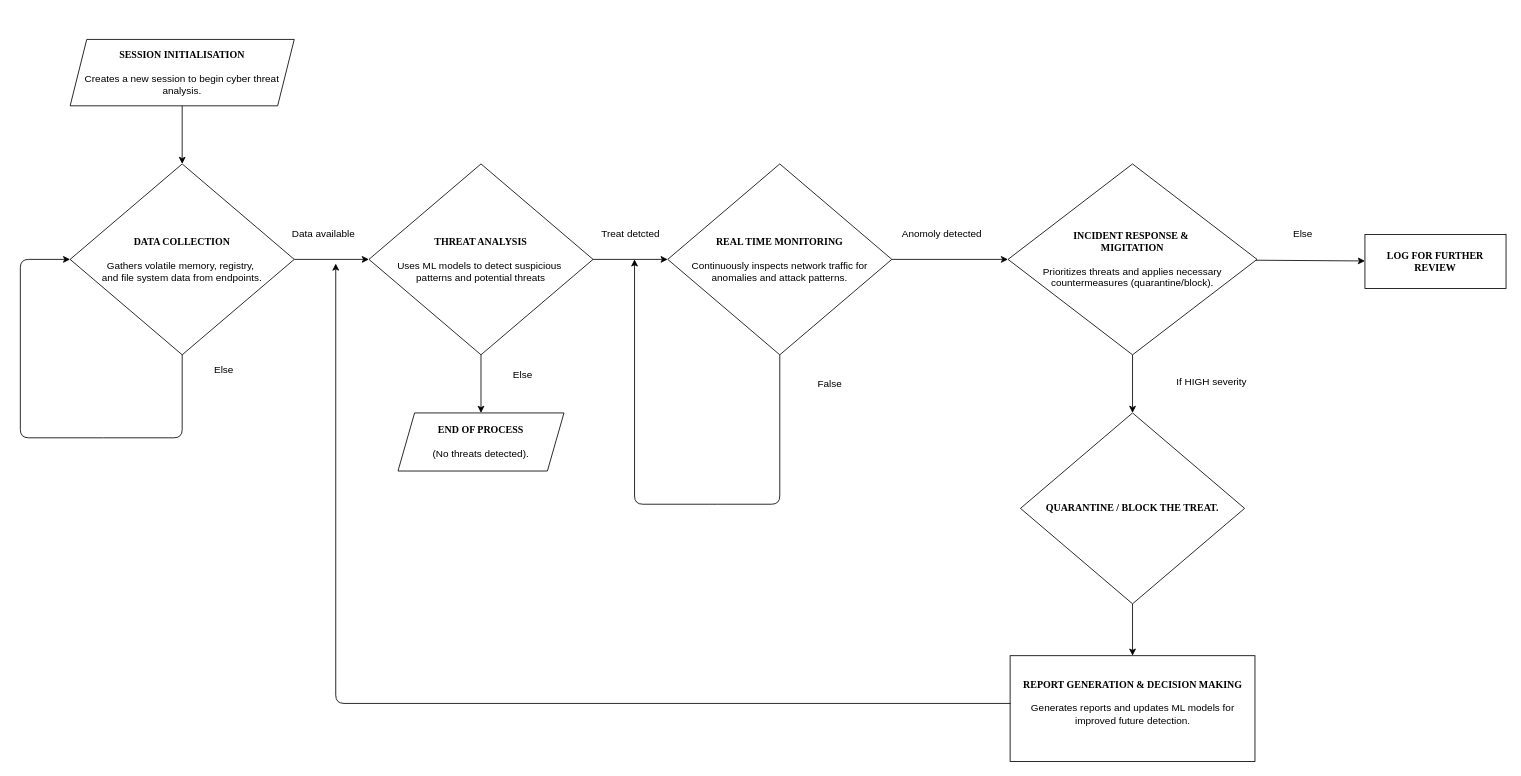
Earlier version of the draw.io diagram flochar.drawio (kishan0818/CyberTriage). Source tidied: cells renumbered, new cells numbered last; positions are measured from the earlier drawing's top-left corner, leaving out a move shared by most shapes. Both pictures are drawn from the tidied source at 83%, with x=0, y=0 at pixel (20, 39).
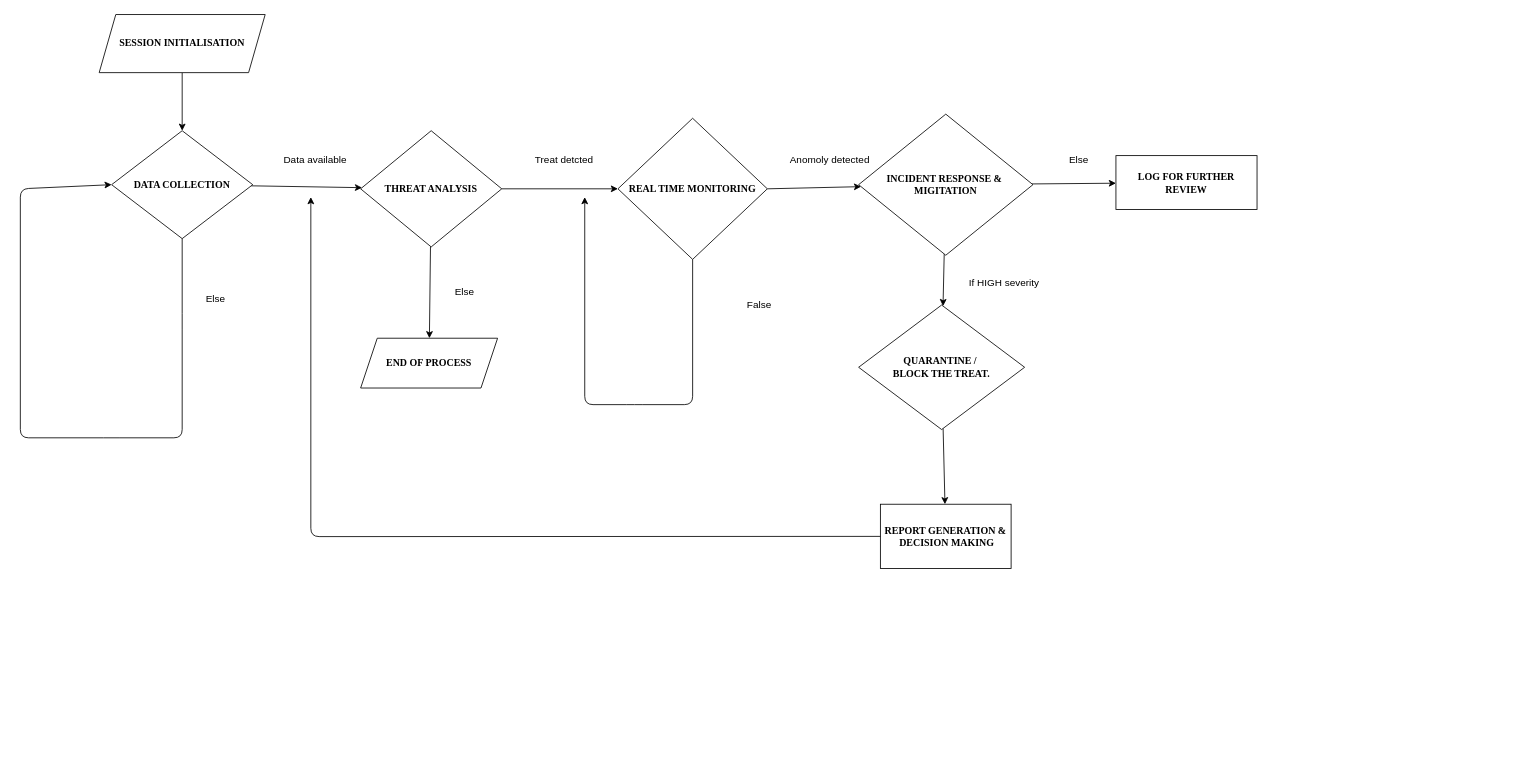
Above is the later version.

Diff of the diagram source:
```diff
@@
-    <mxCell id="2" style="edgeStyle=none;html=1;" parent="1" edge="1" source="3" target="6">
+    <mxCell id="2" style="edgeStyle=none;html=1;exitX=0.5;exitY=1;exitDx=0;exitDy=0;" parent="1" edge="1" source="31" target="6">
       <mxGeometry relative="1" as="geometry" />
     </mxCell>
-    <mxCell id="3" value="&lt;div&gt;&lt;b&gt;&lt;font face=&quot;Times New Roman&quot;&gt;SESSION INITIALISATION&lt;/font&gt;&lt;/b&gt;&lt;/div&gt;&lt;div&gt;&lt;span style=&quot;background-color: transparent;&quot;&gt;&lt;br&gt;&lt;/span&gt;&lt;/div&gt;&lt;div&gt;&lt;span style=&quot;background-color: transparent;&quot;&gt;Creates a new session to begin cyber threat analysis.&lt;/span&gt;&lt;/div&gt;" style="shape=parallelogram;perimeter=parallelogramPerimeter;whiteSpace=wrap;html=1;fixedSize=1;align=center;" parent="1" vertex="1">
-      <mxGeometry x="60" width="270" height="80" as="geometry" />
-    </mxCell>
-    <mxCell id="4" style="edgeStyle=none;html=1;" parent="1" edge="1">
-      <mxGeometry relative="1" as="geometry">
-        <mxPoint x="195" y="240" as="sourcePoint" />
-        <mxPoint x="195" y="320" as="targetPoint" />
-      </mxGeometry>
-    </mxCell>
@@
-    <mxCell id="6" value="&lt;font style=&quot;scrollbar-color: light-dark(#e2e2e2, #4b4b4b)&lt;br/&gt;&#9;&#9;&#9;&#9;&#9;light-dark(#fbfbfb, var(--dark-panel-color));&quot; face=&quot;Times New Roman&quot;&gt;&lt;b style=&quot;scrollbar-color: light-dark(#e2e2e2, #4b4b4b)&lt;br/&gt;&#9;&#9;&#9;&#9;&#9;light-dark(#fbfbfb, var(--dark-panel-color));&quot;&gt;DATA COLLECTION&lt;/b&gt;&lt;/font&gt;&lt;div&gt;&lt;font style=&quot;scrollbar-color: light-dark(#e2e2e2, #4b4b4b)&lt;br/&gt;&#9;&#9;&#9;&#9;&#9;light-dark(#fbfbfb, var(--dark-panel-color));&quot; face=&quot;Times New Roman&quot;&gt;&lt;b style=&quot;scrollbar-color: light-dark(#e2e2e2, #4b4b4b)&lt;br/&gt;&#9;&#9;&#9;&#9;&#9;light-dark(#fbfbfb, var(--dark-panel-color));&quot;&gt;&lt;br&gt;&lt;/b&gt;&lt;/font&gt;&lt;/div&gt;&lt;div&gt;&lt;div&gt;&lt;font face=&quot;Helvetica&quot; style=&quot;scrollbar-color: light-dark(#e2e2e2, #4b4b4b)&lt;br/&gt;&#9;&#9;&#9;&#9;&#9;light-dark(#fbfbfb, var(--dark-panel-color));&quot;&gt;&lt;span style=&quot;scrollbar-color: light-dark(#e2e2e2, #4b4b4b)&lt;br/&gt;&#9;&#9;&#9;&#9;&#9;light-dark(#fbfbfb, var(--dark-panel-color));&quot;&gt;Gathers volatile memory, registry,&amp;nbsp;&lt;/span&gt;&lt;/font&gt;&lt;/div&gt;&lt;div&gt;&lt;font style=&quot;scrollbar-color: light-dark(#e2e2e2, #4b4b4b)&lt;br/&gt;&#9;&#9;&#9;&#9;&#9;light-dark(#fbfbfb, var(--dark-panel-color));&quot;&gt;&lt;span style=&quot;scrollbar-color: light-dark(#e2e2e2, #4b4b4b)&lt;br/&gt;&#9;&#9;&#9;&#9;&#9;light-dark(#fbfbfb, var(--dark-panel-color));&quot;&gt;&lt;font face=&quot;Helvetica&quot;&gt;and file system data from endpoints.&lt;/font&gt;&lt;br&gt;&lt;/span&gt;&lt;/font&gt;&lt;/div&gt;&lt;/div&gt;" style="rhombus;whiteSpace=wrap;html=1;" parent="1" vertex="1">
-      <mxGeometry x="60" y="150" width="270" height="230" as="geometry" />
+    <mxCell id="6" value="&lt;font style=&quot;scrollbar-color: light-dark(#e2e2e2, #4b4b4b)&lt;br/&gt;&#9;&#9;&#9;&#9;&#9;light-dark(#fbfbfb, var(--dark-panel-color));&quot; face=&quot;Times New Roman&quot;&gt;&lt;b style=&quot;scrollbar-color: light-dark(#e2e2e2, #4b4b4b)&lt;br/&gt;&#9;&#9;&#9;&#9;&#9;light-dark(#fbfbfb, var(--dark-panel-color));&quot;&gt;DATA COLLECTION&lt;/b&gt;&lt;/font&gt;" style="rhombus;whiteSpace=wrap;html=1;" parent="1" vertex="1">
+      <mxGeometry x="110" y="110" width="170" height="130" as="geometry" />
     </mxCell>
@@
-    <mxCell id="9" value="&lt;font face=&quot;Times New Roman&quot;&gt;&lt;b&gt;THREAT ANALYSIS&lt;/b&gt;&lt;/font&gt;&lt;br&gt;&lt;div&gt;&lt;font style=&quot;scrollbar-color: light-dark(#e2e2e2, #4b4b4b)&lt;br/&gt;&#9;&#9;&#9;&#9;&#9;light-dark(#fbfbfb, var(--dark-panel-color));&quot; face=&quot;Times New Roman&quot;&gt;&lt;b style=&quot;scrollbar-color: light-dark(#e2e2e2, #4b4b4b)&lt;br/&gt;&#9;&#9;&#9;&#9;&#9;light-dark(#fbfbfb, var(--dark-panel-color));&quot;&gt;&lt;br&gt;&lt;/b&gt;&lt;/font&gt;&lt;/div&gt;&lt;div&gt;&lt;div&gt;Uses ML models to detect suspicious&amp;nbsp;&lt;/div&gt;&lt;div&gt;patterns and potential threats&lt;br&gt;&lt;/div&gt;&lt;/div&gt;" style="rhombus;whiteSpace=wrap;html=1;" parent="1" vertex="1">
-      <mxGeometry x="420" y="150" width="270" height="230" as="geometry" />
+    <mxCell id="9" value="&lt;font face=&quot;Times New Roman&quot;&gt;&lt;b&gt;THREAT ANALYSIS&lt;/b&gt;&lt;/font&gt;" style="rhombus;whiteSpace=wrap;html=1;" parent="1" vertex="1">
+      <mxGeometry x="410" y="110" width="170" height="140" as="geometry" />
     </mxCell>
     <mxCell id="10" value="Data available" style="text;html=1;align=center;verticalAlign=middle;strokeColor=none;fillColor=none;" parent="1" vertex="1">
-      <mxGeometry x="315" y="220" width="100" height="30" as="geometry" />
+      <mxGeometry x="305" y="130" width="100" height="30" as="geometry" />
     </mxCell>
     <mxCell id="11" style="endArrow=classic;html=1;exitX=0.5;exitY=1;exitDx=0;exitDy=0;entryX=0;entryY=0.5;entryDx=0;entryDy=0;" parent="1" edge="1" source="6" target="6">
       <mxGeometry relative="1" as="geometry">
         <Array as="points">
+          <mxPoint x="195" y="340" />
           <mxPoint x="195" y="480" />
           <mxPoint x="110" y="480" />
           <mxPoint y="480" />
-          <mxPoint y="265" />
+          <mxPoint y="180" />
         </Array>
       </mxGeometry>
     </mxCell>
     <mxCell id="12" value="Else&lt;div&gt;&lt;br&gt;&lt;/div&gt;" style="text;html=1;align=center;verticalAlign=middle;strokeColor=none;fillColor=none;" parent="1" vertex="1">
-      <mxGeometry x="220" y="385" width="50" height="40" as="geometry" />
+      <mxGeometry x="210" y="300" width="50" height="40" as="geometry" />
     </mxCell>
     <mxCell id="13" value="Treat detcted" style="text;html=1;align=center;verticalAlign=middle;strokeColor=none;fillColor=none;" parent="1" vertex="1">
-      <mxGeometry x="690" y="220" width="90" height="30" as="geometry" />
+      <mxGeometry x="610" y="130" width="90" height="30" as="geometry" />
     </mxCell>
@@
-    <mxCell id="15" value="&lt;div&gt;&lt;font face=&quot;Times New Roman&quot;&gt;&lt;b&gt;REAL TIME MONITORING&lt;/b&gt;&lt;/font&gt;&lt;/div&gt;&lt;div&gt;&lt;br&gt;&lt;/div&gt;&lt;div&gt;Continuously inspects network traffic for anomalies and attack patterns.&lt;br&gt;&lt;/div&gt;" style="rhombus;whiteSpace=wrap;html=1;" parent="1" vertex="1">
-      <mxGeometry x="780" y="150" width="270" height="230" as="geometry" />
+    <mxCell id="15" value="&lt;div&gt;&lt;font face=&quot;Times New Roman&quot;&gt;&lt;b&gt;REAL TIME MONITORING&lt;/b&gt;&lt;/font&gt;&lt;/div&gt;" style="rhombus;whiteSpace=wrap;html=1;" parent="1" vertex="1">
+      <mxGeometry x="720" y="95" width="180" height="170" as="geometry" />
     </mxCell>
@@
-    <mxCell id="18" value="&lt;div&gt;&lt;font face=&quot;Times New Roman&quot;&gt;&lt;b&gt;INCIDENT RESPONSE &amp;amp;&amp;nbsp;&lt;/b&gt;&lt;/font&gt;&lt;/div&gt;&lt;div&gt;&lt;font face=&quot;Times New Roman&quot;&gt;&lt;b&gt;MIGITATION&lt;/b&gt;&lt;/font&gt;&lt;/div&gt;&lt;div&gt;&lt;br&gt;&lt;/div&gt;&lt;div&gt;Prioritizes threats and applies necessary countermeasures (quarantine/block).&lt;br&gt;&lt;/div&gt;" style="rhombus;whiteSpace=wrap;html=1;" parent="1" vertex="1">
-      <mxGeometry x="1190" y="150" width="300" height="230" as="geometry" />
+    <mxCell id="18" value="&lt;div&gt;&lt;font face=&quot;Times New Roman&quot;&gt;&lt;b&gt;INCIDENT RESPONSE &amp;amp;&amp;nbsp;&lt;/b&gt;&lt;/font&gt;&lt;/div&gt;&lt;div&gt;&lt;font face=&quot;Times New Roman&quot;&gt;&lt;b&gt;MIGITATION&lt;/b&gt;&lt;/font&gt;&lt;/div&gt;" style="rhombus;whiteSpace=wrap;html=1;" parent="1" vertex="1">
+      <mxGeometry x="1010" y="90" width="210" height="170" as="geometry" />
     </mxCell>
     <mxCell id="19" value="Anomoly detected" style="text;html=1;align=center;verticalAlign=middle;strokeColor=none;fillColor=none;" parent="1" vertex="1">
-      <mxGeometry x="1050" y="220" width="120" height="30" as="geometry" />
+      <mxGeometry x="915" y="130" width="120" height="30" as="geometry" />
     </mxCell>
-    <mxCell id="20" value="&lt;div&gt;&lt;font face=&quot;Times New Roman&quot;&gt;&lt;b&gt;END OF PROCESS&lt;/b&gt;&lt;/font&gt;&lt;/div&gt;&lt;div&gt;&lt;font face=&quot;Times New Roman&quot;&gt;&lt;b&gt;&lt;br&gt;&lt;/b&gt;&lt;/font&gt;&lt;/div&gt;&lt;div&gt;&lt;span style=&quot;background-color: transparent;&quot;&gt;(No threats detected).&lt;/span&gt;&lt;/div&gt;" style="shape=parallelogram;perimeter=parallelogramPerimeter;whiteSpace=wrap;html=1;fixedSize=1;" parent="1" vertex="1">
-      <mxGeometry x="455" y="450" width="200" height="70" as="geometry" />
+    <mxCell id="20" value="&lt;div&gt;&lt;font face=&quot;Times New Roman&quot;&gt;&lt;b&gt;END OF PROCESS&lt;/b&gt;&lt;/font&gt;&lt;/div&gt;" style="shape=parallelogram;perimeter=parallelogramPerimeter;whiteSpace=wrap;html=1;fixedSize=1;" parent="1" vertex="1">
+      <mxGeometry x="410" y="360" width="165" height="60" as="geometry" />
     </mxCell>
     <mxCell id="21" value="Else" style="text;html=1;align=center;verticalAlign=middle;strokeColor=none;fillColor=none;" parent="1" vertex="1">
-      <mxGeometry x="580" y="390" width="50" height="30" as="geometry" />
+      <mxGeometry x="510" y="290" width="50" height="30" as="geometry" />
     </mxCell>
-    <mxCell id="22" style="endArrow=classic;html=1;exitX=0.5;exitY=1;exitDx=0;exitDy=0;entryX=0;entryY=0.5;entryDx=0;entryDy=0;" parent="1" edge="1" source="15">
+    <mxCell id="22" style="endArrow=classic;html=1;exitX=0.5;exitY=1;exitDx=0;exitDy=0;" parent="1" edge="1" source="15">
       <mxGeometry relative="1" as="geometry">
-        <mxPoint x="740" y="265" as="targetPoint" />
+        <mxPoint x="680" y="190" as="targetPoint" />
         <Array as="points">
-          <mxPoint x="915" y="560" />
-          <mxPoint x="840" y="560" />
-          <mxPoint x="740" y="560" />
+          <mxPoint x="810" y="440" />
+          <mxPoint x="740" y="440" />
+          <mxPoint x="680" y="440" />
         </Array>
       </mxGeometry>
     </mxCell>
     <mxCell id="23" value="False" style="text;html=1;align=center;verticalAlign=middle;strokeColor=none;fillColor=none;" parent="1" vertex="1">
-      <mxGeometry x="950" y="400" width="50" height="30" as="geometry" />
+      <mxGeometry x="865" y="305" width="50" height="30" as="geometry" />
     </mxCell>
@@
-    <mxCell id="25" value="&lt;div&gt;&lt;b&gt;&lt;font face=&quot;Times New Roman&quot;&gt;QUARANTINE / BLOCK THE TREAT.&lt;/font&gt;&lt;/b&gt;&lt;br&gt;&lt;/div&gt;" style="rhombus;whiteSpace=wrap;html=1;" parent="1" vertex="1">
-      <mxGeometry x="1205" y="450" width="270" height="230" as="geometry" />
+    <mxCell id="25" value="&lt;div&gt;&lt;b&gt;&lt;font face=&quot;Times New Roman&quot;&gt;QUARANTINE /&amp;nbsp;&lt;/font&gt;&lt;/b&gt;&lt;/div&gt;&lt;div&gt;&lt;b&gt;&lt;font face=&quot;Times New Roman&quot;&gt;BLOCK THE TREAT.&lt;/font&gt;&lt;/b&gt;&lt;br&gt;&lt;/div&gt;" style="rhombus;whiteSpace=wrap;html=1;" parent="1" vertex="1">
+      <mxGeometry x="1010" y="320" width="200" height="150" as="geometry" />
     </mxCell>
     <mxCell id="26" value="If HIGH severity&lt;div&gt;&lt;br&gt;&lt;/div&gt;" style="text;html=1;align=center;verticalAlign=middle;strokeColor=none;fillColor=none;" parent="1" vertex="1">
-      <mxGeometry x="1380" y="400" width="110" height="40" as="geometry" />
+      <mxGeometry x="1130" y="280" width="110" height="40" as="geometry" />
     </mxCell>
     <mxCell id="27" value="Else" style="text;html=1;align=center;verticalAlign=middle;strokeColor=none;fillColor=none;" parent="1" vertex="1">
-      <mxGeometry x="1520" y="220" width="50" height="30" as="geometry" />
+      <mxGeometry x="1250" y="130" width="50" height="30" as="geometry" />
     </mxCell>
     <mxCell id="28" value="&lt;font face=&quot;Times New Roman&quot;&gt;&lt;b&gt;LOG FOR FURTHER REVIEW&lt;/b&gt;&lt;/font&gt;" style="rounded=0;whiteSpace=wrap;html=1;" parent="1" vertex="1">
-      <mxGeometry x="1620" y="235" width="170" height="65" as="geometry" />
+      <mxGeometry x="1320" y="140" width="170" height="65" as="geometry" />
     </mxCell>
-    <mxCell id="29" value="&lt;font face=&quot;Times New Roman&quot;&gt;&lt;b&gt;REPORT GENERATION &amp;amp; DECISION MAKING&lt;/b&gt;&lt;/font&gt;&lt;div&gt;&lt;font face=&quot;Times New Roman&quot;&gt;&lt;b&gt;&lt;br&gt;&lt;/b&gt;&lt;/font&gt;&lt;div&gt;Generates reports and updates ML models for improved future detection.&lt;font face=&quot;Times New Roman&quot;&gt;&lt;b&gt;&lt;br&gt;&lt;/b&gt;&lt;/font&gt;&lt;/div&gt;&lt;div&gt;&lt;font face=&quot;Times New Roman&quot;&gt;&lt;b&gt;&lt;br&gt;&lt;/b&gt;&lt;/font&gt;&lt;/div&gt;&lt;/div&gt;" style="rounded=0;whiteSpace=wrap;html=1;" parent="1" vertex="1">
-      <mxGeometry x="1192.5" y="742.5" width="295" height="127.5" as="geometry" />
+    <mxCell id="29" value="&lt;font face=&quot;Times New Roman&quot;&gt;&lt;b&gt;REPORT GENERATION &amp;amp;&lt;/b&gt;&lt;/font&gt;&lt;div&gt;&lt;font face=&quot;Times New Roman&quot;&gt;&lt;b&gt;&amp;nbsp;DECISION MAKING&lt;/b&gt;&lt;/font&gt;&lt;/div&gt;" style="rounded=0;whiteSpace=wrap;html=1;" parent="1" vertex="1">
+      <mxGeometry x="1036.2" y="560" width="157.5" height="77.5" as="geometry" />
     </mxCell>
-    <mxCell id="30" style="endArrow=classic;html=1;" parent="1" edge="1">
+    <mxCell id="30" style="endArrow=classic;html=1;exitX=0;exitY=0.5;exitDx=0;exitDy=0;" parent="1" edge="1" source="29">
       <mxGeometry relative="1" as="geometry">
-        <mxPoint x="1193" y="800" as="sourcePoint" />
-        <mxPoint x="380" y="270" as="targetPoint" />
+        <mxPoint x="350" y="190" as="targetPoint" />
         <Array as="points">
-          <mxPoint x="380" y="800" />
+          <mxPoint x="350" y="599" />
         </Array>
       </mxGeometry>
     </mxCell>
+    <mxCell id="31" value="&lt;div&gt;&lt;font face=&quot;Times New Roman&quot;&gt;&lt;b&gt;SESSION INITIALISATION&lt;/b&gt;&lt;/font&gt;&lt;/div&gt;" style="shape=parallelogram;perimeter=parallelogramPerimeter;whiteSpace=wrap;html=1;fixedSize=1;" parent="1" vertex="1">
+      <mxGeometry x="95" y="-30" width="200" height="70" as="geometry" />
+    </mxCell>
```
